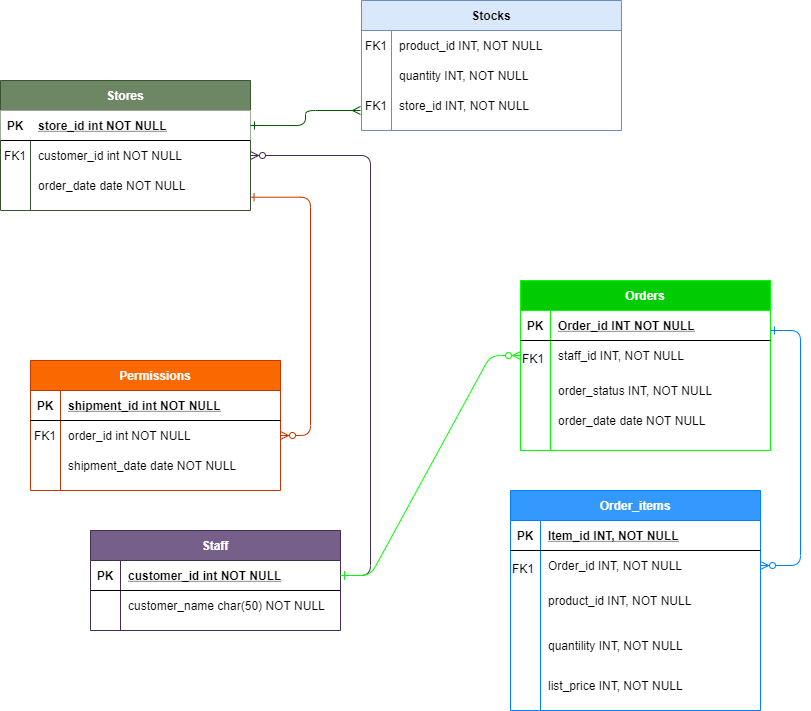
Earlier version of the draw.io export RestaSoft Diagram.png (RestaSoft/ERM-RestaSoft). Source tidied: cells renumbered, new cells last; positions are measured from the earlier drawing's top-left corner, leaving out a move shared by most shapes.
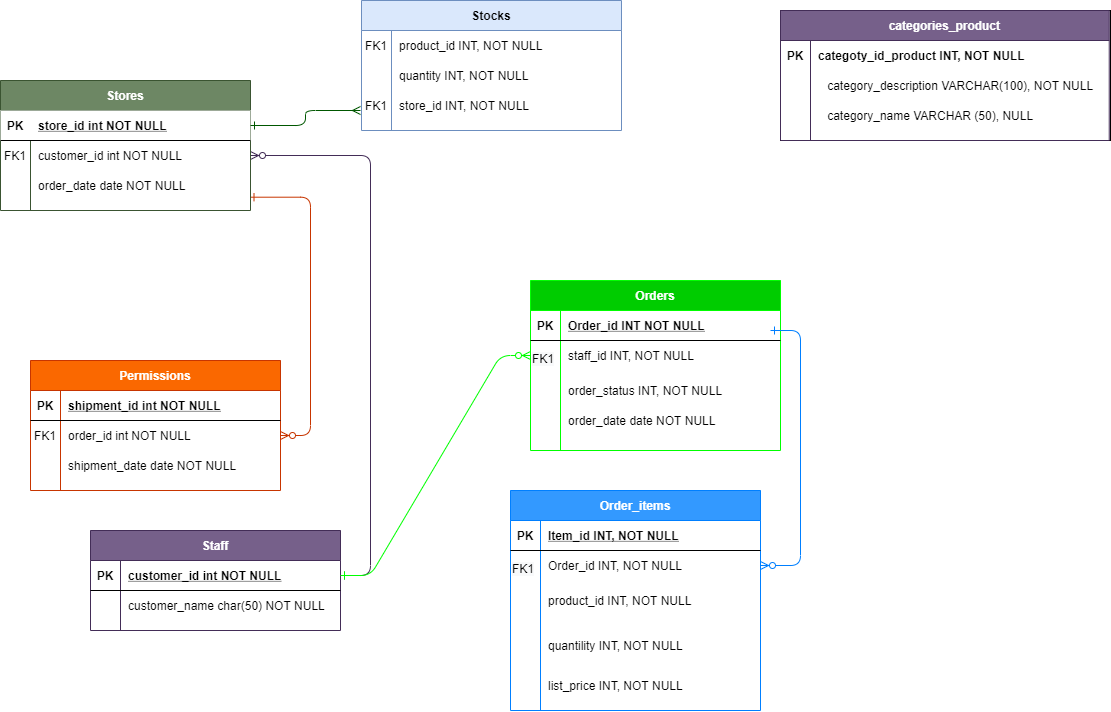
The same file after the commit.

Commit message:
Update  agregando tabla categoria producto RestaSoft Diagram.png

What changed in the source:
```diff
@@ -90,7 +90,7 @@
       <mxGeometry x="30" width="220" height="30" as="geometry" />
     </mxCell>
     <mxCell id="31" style="group;" parent="1" vertex="1">
-      <mxGeometry x="520" y="280" width="250" height="170" as="geometry" />
+      <mxGeometry x="530" y="280" width="250" height="170" as="geometry" />
     </mxCell>
     <mxCell id="32" value="Orders" style="shape=table;startSize=30;rowLines=0;fontStyle=1;align=center;fontColor=#ffffff;fillColor=#00CC00;strokeColor=#00FF00;" parent="31" vertex="1">
       <mxGeometry width="250" height="170" as="geometry" />
@@ -228,5 +228,35 @@
         <mxPoint x="360" y="110" as="targetPoint" />
       </mxGeometry>
     </mxCell>
+    <mxCell id="76" style="group;strokeColor=#000000;" parent="1" vertex="1">
+      <mxGeometry x="780" y="10" width="330" height="130" as="geometry" />
+    </mxCell>
+    <mxCell id="77" value="categories_product" style="shape=table;startSize=30;rowLines=0;fontStyle=1;align=center;fillColor=#76608a;strokeColor=#432D57;fontColor=#ffffff;" parent="76" vertex="1">
+      <mxGeometry width="328.7" height="130" as="geometry" />
+    </mxCell>
+    <mxCell id="78" style="shape=partialRectangle;fillColor=none;top=0;left=0;right=0;bottom=0;" parent="77" vertex="1">
+      <mxGeometry y="30" width="328.7" height="30" as="geometry" />
+    </mxCell>
+    <mxCell id="79" value="PK" style="shape=partialRectangle;overflow=hidden;fillColor=none;top=0;left=0;bottom=0;right=0;fontStyle=1;" parent="78" vertex="1">
+      <mxGeometry width="30" height="30" as="geometry" />
+    </mxCell>
+    <mxCell id="80" value="categoty_id_product INT, NOT NULL" style="shape=partialRectangle;overflow=hidden;top=0;left=0;bottom=0;right=0;align=left;spacingLeft=6;fontStyle=1;fillColor=none;" parent="78" vertex="1">
+      <mxGeometry x="30" width="298.7" height="30" as="geometry" />
+    </mxCell>
+    <mxCell id="81" style="shape=partialRectangle;fillColor=none;top=0;left=0;right=0;bottom=0;" parent="77" vertex="1">
+      <mxGeometry y="60" width="328.7" height="30" as="geometry" />
+    </mxCell>
+    <mxCell id="82" style="shape=partialRectangle;overflow=hidden;fillColor=none;top=0;left=0;bottom=0;right=0;" parent="81" vertex="1">
+      <mxGeometry width="30" height="30" as="geometry" />
+    </mxCell>
+    <mxCell id="83" style="shape=partialRectangle;overflow=hidden;fillColor=none;top=0;left=0;bottom=0;right=0;align=left;spacingLeft=6;" parent="81" vertex="1">
+      <mxGeometry x="30" width="298.7" height="30" as="geometry" />
+    </mxCell>
+    <mxCell id="84" value="category_name VARCHAR (50), NULL" style="shape=partialRectangle;overflow=hidden;fillColor=none;top=0;left=0;bottom=0;right=0;align=left;spacingLeft=6;" parent="76" vertex="1">
+      <mxGeometry x="39.2" y="90" width="290.8" height="30" as="geometry" />
+    </mxCell>
+    <mxCell id="85" value="category_description VARCHAR(100), NOT NULL" style="shape=partialRectangle;overflow=hidden;fillColor=none;top=0;left=0;bottom=0;right=0;align=left;spacingLeft=6;" parent="76" vertex="1">
+      <mxGeometry x="39.2" y="60" width="290.8" height="30" as="geometry" />
+    </mxCell>
   </root>
 </mxGraphModel>
```
